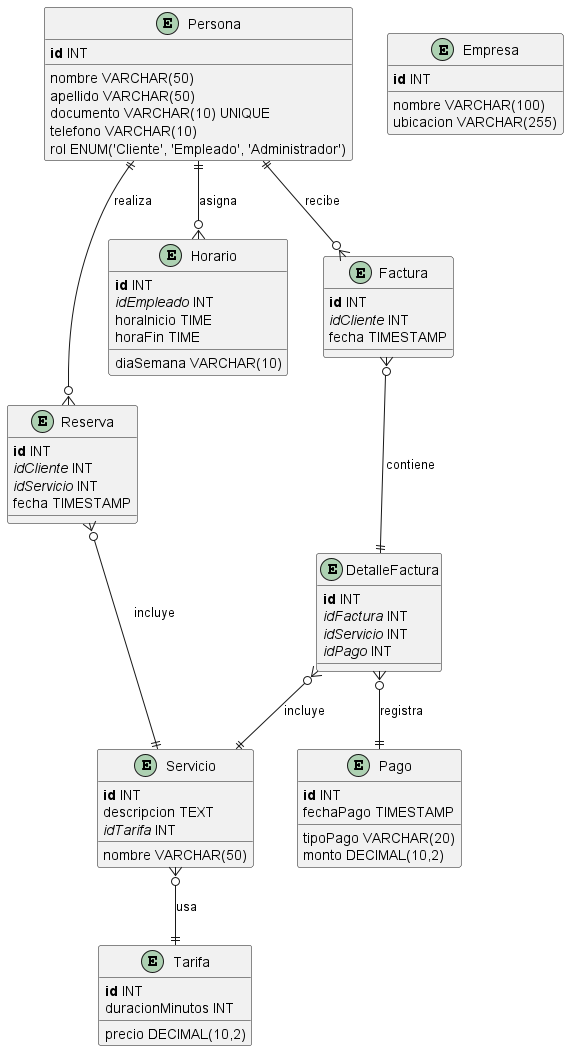
Before: session-4/MER.png, a diagram exported from PlantUML (omareiza2023/Semestre-2025-A). The source it was exported from:
```plantuml
@startuml
!define primary_key(x) <b>x</b>
!define foreign_key(x) <i>x</i>

entity Persona {
    primary_key(id) INT
    nombre VARCHAR(50)
    apellido VARCHAR(50)
    documento VARCHAR(10) UNIQUE
    telefono VARCHAR(10)
    rol ENUM('Cliente', 'Empleado', 'Administrador')
}

entity Empresa {
    primary_key(id) INT
    nombre VARCHAR(100)
    ubicacion VARCHAR(255)
}

entity Reserva {
    primary_key(id) INT
    foreign_key(idCliente) INT
    foreign_key(idServicio) INT
    fecha TIMESTAMP
}

entity Servicio {
    primary_key(id) INT
    nombre VARCHAR(50)
    descripcion TEXT
    foreign_key(idTarifa) INT
}

entity Tarifa {
    primary_key(id) INT
    precio DECIMAL(10,2)
    duracionMinutos INT
}

entity Horario {
    primary_key(id) INT
    foreign_key(idEmpleado) INT
    diaSemana VARCHAR(10)
    horaInicio TIME
    horaFin TIME
}

entity Factura {
    primary_key(id) INT
    foreign_key(idCliente) INT
    fecha TIMESTAMP
}

entity DetalleFactura {
    primary_key(id) INT
    foreign_key(idFactura) INT
    foreign_key(idServicio) INT
    foreign_key(idPago) INT
}

entity Pago {
    primary_key(id) INT
    tipoPago VARCHAR(20)
    monto DECIMAL(10,2)
    fechaPago TIMESTAMP
}

Persona ||--o{ Reserva : "realiza"
Reserva }o--|| Servicio : "incluye"
Servicio }o--|| Tarifa : "usa"
Persona ||--o{ Horario : "asigna"
Persona ||--o{ Factura : "recibe"
Factura }o--|| DetalleFactura : "contiene"
DetalleFactura }o--|| Servicio : "incluye"
DetalleFactura }o--|| Pago : "registra"
@enduml
```
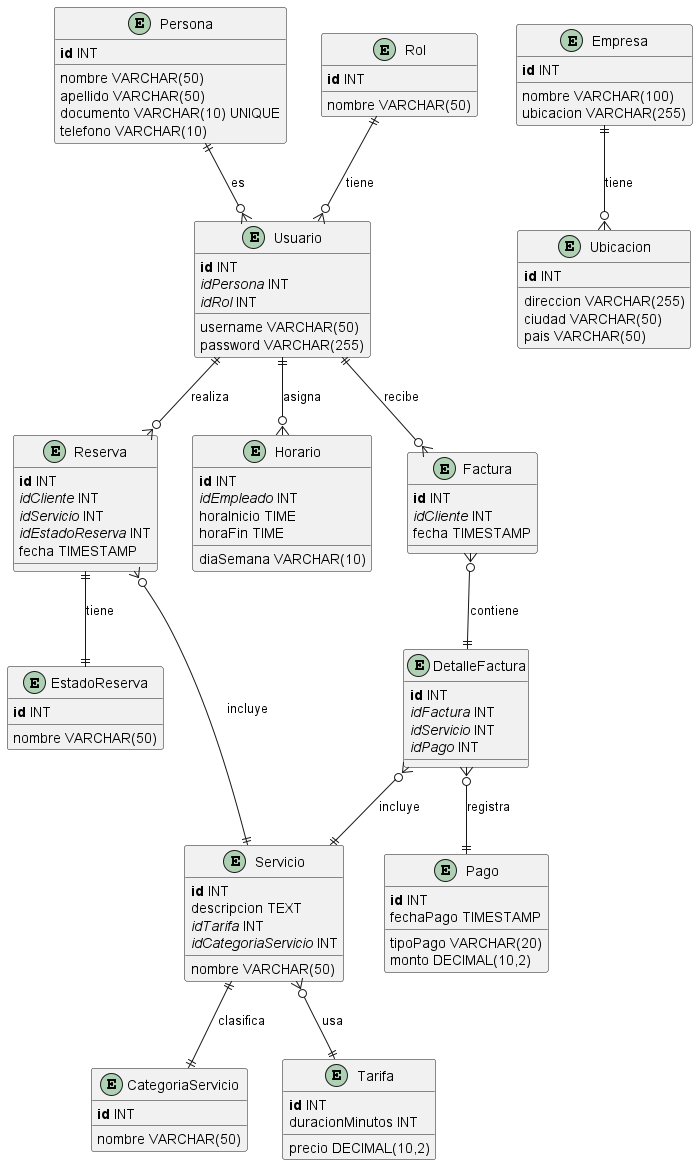
The same file after the commit.

Change to the diagram source:
```diff
@@ -8,7 +8,19 @@
     apellido VARCHAR(50)
     documento VARCHAR(10) UNIQUE
     telefono VARCHAR(10)
-    rol ENUM('Cliente', 'Empleado', 'Administrador')
+}
+
+entity Rol {
+    primary_key(id) INT
+    nombre VARCHAR(50)
+}
+
+entity Usuario {
+    primary_key(id) INT
+    username VARCHAR(50)
+    password VARCHAR(255)
+    foreign_key(idPersona) INT
+    foreign_key(idRol) INT
 }
 
 entity Empresa {
@@ -17,11 +29,24 @@
     ubicacion VARCHAR(255)
 }
 
+entity Ubicacion {
+    primary_key(id) INT
+    direccion VARCHAR(255)
+    ciudad VARCHAR(50)
+    pais VARCHAR(50)
+}
+
 entity Reserva {
     primary_key(id) INT
     foreign_key(idCliente) INT
     foreign_key(idServicio) INT
+    foreign_key(idEstadoReserva) INT
     fecha TIMESTAMP
+}
+
+entity EstadoReserva {
+    primary_key(id) INT
+    nombre VARCHAR(50)
 }
 
 entity Servicio {
@@ -29,6 +54,12 @@
     nombre VARCHAR(50)
     descripcion TEXT
     foreign_key(idTarifa) INT
+    foreign_key(idCategoriaServicio) INT
+}
+
+entity CategoriaServicio {
+    primary_key(id) INT
+    nombre VARCHAR(50)
 }
 
 entity Tarifa {
@@ -65,12 +96,17 @@
     fechaPago TIMESTAMP
 }
 
-Persona ||--o{ Reserva : "realiza"
+Persona ||--o{ Usuario : "es"
+Rol ||--o{ Usuario : "tiene"
+Usuario ||--o{ Reserva : "realiza"
 Reserva }o--|| Servicio : "incluye"
+Reserva ||--|| EstadoReserva : "tiene"
 Servicio }o--|| Tarifa : "usa"
-Persona ||--o{ Horario : "asigna"
-Persona ||--o{ Factura : "recibe"
+Servicio ||--|| CategoriaServicio : "clasifica"
+Usuario ||--o{ Horario : "asigna"
+Usuario ||--o{ Factura : "recibe"
 Factura }o--|| DetalleFactura : "contiene"
 DetalleFactura }o--|| Servicio : "incluye"
 DetalleFactura }o--|| Pago : "registra"
+Empresa ||--o{ Ubicacion : "tiene"
 @enduml
```
